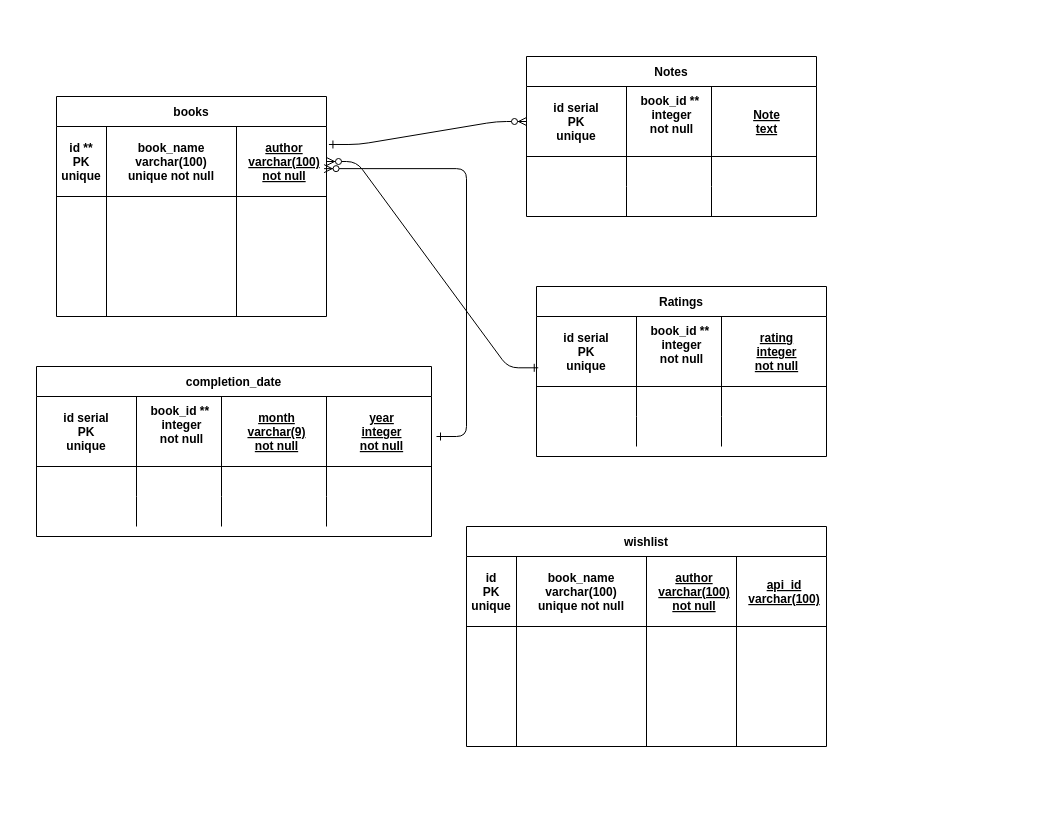
The draw.io diagram public/db diagram.drawio in Sleeper21/My-Book-Notes, before the edit. Source tidied: cells renumbered, new cells numbered last; positions are measured from the earlier drawing's top-left corner, leaving out a move shared by most shapes. Both pictures are drawn from the tidied source at 100%, with x=0, y=0 at pixel (36, 56).
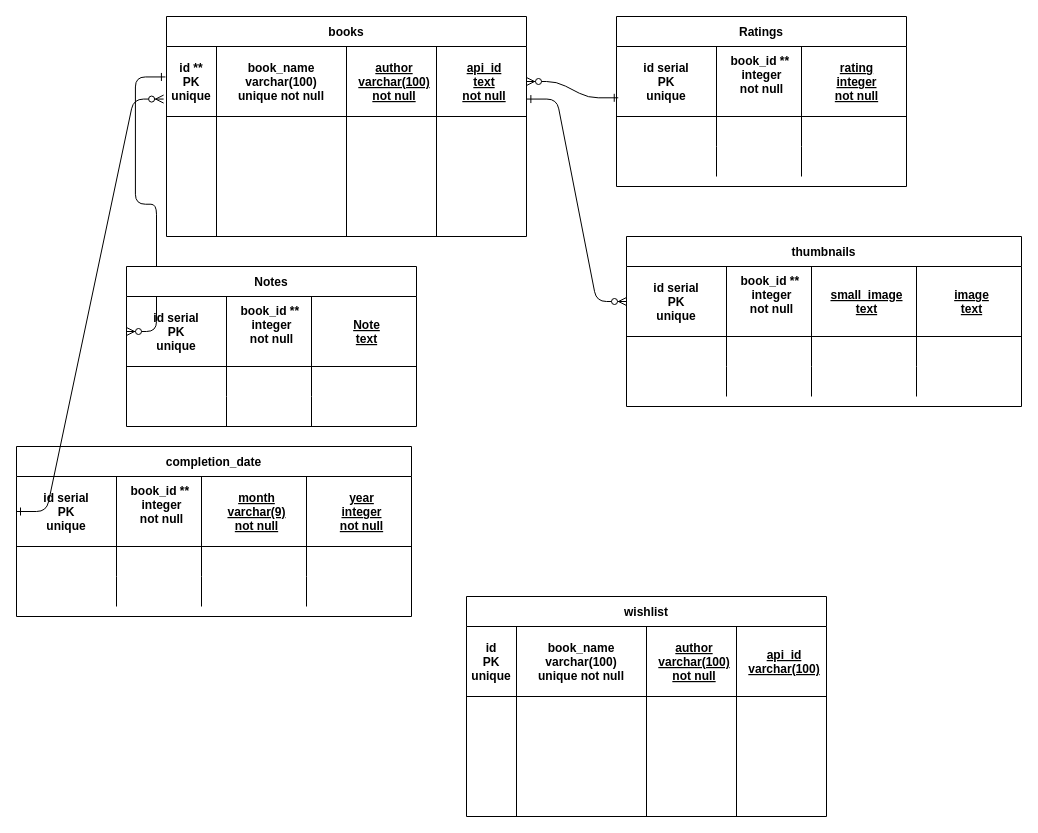
After the change.

Unchanged cells that the change refers to:
```xml
<mxCell id="27" style="shape=partialRectangle;fillColor=none;points=[[0,0.5],[1,0.5]];portConstraint=eastwest;top=0;left=0;right=0;bottom=1;" parent="26" vertex="1">
  <mxGeometry y="30" width="290" height="70" as="geometry" />
</mxCell>
<mxCell id="51" style="shape=partialRectangle;fillColor=none;points=[[0,0.5],[1,0.5]];portConstraint=eastwest;top=0;left=0;right=0;bottom=1;" parent="50" vertex="1">
  <mxGeometry y="30" width="395" height="70" as="geometry" />
</mxCell>
```

Diff of the diagram source:
```diff
@@
-    <mxCell id="2" style="edgeStyle=entityRelationEdgeStyle;endArrow=ERzeroToMany;startArrow=ERone;endFill=1;startFill=0;exitX=1.009;exitY=0.257;exitDx=0;exitDy=0;exitPerimeter=0;entryX=0;entryY=0.5;entryDx=0;entryDy=0;" parent="1" edge="1" source="17" target="27">
+    <mxCell id="2" style="edgeStyle=entityRelationEdgeStyle;endArrow=ERzeroToMany;startArrow=ERone;endFill=1;startFill=0;exitX=-0.003;exitY=0.435;exitDx=0;exitDy=0;exitPerimeter=0;entryX=0;entryY=0.5;entryDx=0;entryDy=0;" parent="1" edge="1" source="17" target="27">
       <mxGeometry relative="1" as="geometry">
         <Array as="points">
           <mxPoint x="420" y="240" />
           <mxPoint x="470" y="230" />
         </Array>
       </mxGeometry>
     </mxCell>
     <mxCell id="3" value="Ratings" style="shape=table;startSize=30;childLayout=tableLayout;rowLines=0;fontStyle=1;align=center;" parent="1" vertex="1">
-      <mxGeometry x="500" y="230" width="290" height="170" as="geometry" />
+      <mxGeometry x="580" y="-40" width="290" height="170" as="geometry" />
     </mxCell>
@@
     <mxCell id="16" value="books" style="shape=table;startSize=30;childLayout=tableLayout;rowLines=0;fontStyle=1;align=center;" parent="1" vertex="1">
-      <mxGeometry x="20" y="40" width="270" height="220" as="geometry" />
+      <mxGeometry x="130" y="-40" width="360" height="220" as="geometry" />
     </mxCell>
     <mxCell id="17" style="shape=partialRectangle;fillColor=none;points=[[0,0.5],[1,0.5]];portConstraint=eastwest;top=0;left=0;right=0;bottom=1;" parent="16" vertex="1">
-      <mxGeometry y="30" width="270" height="70" as="geometry" />
+      <mxGeometry y="30" width="360" height="70" as="geometry" />
     </mxCell>
@@
+    <mxCell id="67" value="api_id&#10;text&#10;not null" style="shape=partialRectangle;overflow=hidden;fillColor=none;top=0;left=0;bottom=0;right=0;align=center;spacingLeft=6;fontStyle=5;" parent="17" vertex="1">
+      <mxGeometry x="270" width="90" height="70" as="geometry" />
+    </mxCell>
     <mxCell id="21" style="shape=partialRectangle;fillColor=none;top=0;left=0;right=0;bottom=0;" parent="16" vertex="1">
-      <mxGeometry y="100" width="270" height="120" as="geometry" />
+      <mxGeometry y="100" width="360" height="120" as="geometry" />
     </mxCell>
@@
+    <mxCell id="68" style="shape=partialRectangle;overflow=hidden;fillColor=none;top=0;left=0;bottom=0;right=0;align=left;spacingLeft=6;" parent="21" vertex="1">
+      <mxGeometry x="270" width="90" height="120" as="geometry" />
+    </mxCell>
@@
     <mxCell id="26" value="Notes" style="shape=table;startSize=30;childLayout=tableLayout;rowLines=0;fontStyle=1;align=center;" parent="1" vertex="1">
-      <mxGeometry x="490" width="290" height="160" as="geometry" />
+      <mxGeometry x="90" y="210" width="290" height="160" as="geometry" />
     </mxCell>
@@
     <mxCell id="39" value="wishlist" style="shape=table;startSize=30;childLayout=tableLayout;rowLines=0;fontStyle=1;align=center;" parent="1" vertex="1">
-      <mxGeometry x="430" y="470" width="360" height="220" as="geometry" />
+      <mxGeometry x="430" y="540" width="360" height="220" as="geometry" />
     </mxCell>
@@
     <mxCell id="50" value="completion_date" style="shape=table;startSize=30;childLayout=tableLayout;rowLines=0;fontStyle=1;align=center;" parent="1" vertex="1">
-      <mxGeometry y="310" width="395" height="170" as="geometry" />
+      <mxGeometry x="-20" y="390" width="395" height="170" as="geometry" />
     </mxCell>
@@
-    <mxCell id="66" style="edgeStyle=entityRelationEdgeStyle;endArrow=ERzeroToMany;startArrow=ERone;endFill=1;startFill=0;entryX=0.991;entryY=0.602;entryDx=0;entryDy=0;entryPerimeter=0;" parent="1" edge="1" target="17">
+    <mxCell id="66" style="edgeStyle=entityRelationEdgeStyle;endArrow=ERzeroToMany;startArrow=ERone;endFill=1;startFill=0;entryX=-0.008;entryY=0.751;entryDx=0;entryDy=0;entryPerimeter=0;exitX=0;exitY=0.5;exitDx=0;exitDy=0;" parent="1" edge="1" source="51" target="17">
       <mxGeometry relative="1" as="geometry">
-        <mxPoint x="400" y="380" as="sourcePoint" />
         <Array as="points">
           <mxPoint x="367" y="380" />
           <mxPoint x="460" y="362" />
           <mxPoint x="440" y="312" />
           <mxPoint x="409" y="120" />
         </Array>
       </mxGeometry>
     </mxCell>
+    <mxCell id="69" value="thumbnails" style="shape=table;startSize=30;childLayout=tableLayout;rowLines=0;fontStyle=1;align=center;" parent="1" vertex="1">
+      <mxGeometry x="590" y="180" width="395" height="170" as="geometry" />
+    </mxCell>
+    <mxCell id="70" style="shape=partialRectangle;fillColor=none;points=[[0,0.5],[1,0.5]];portConstraint=eastwest;top=0;left=0;right=0;bottom=1;" parent="69" vertex="1">
+      <mxGeometry y="30" width="395" height="70" as="geometry" />
+    </mxCell>
+    <mxCell id="71" value="id serial&#10;PK&#10;unique" style="shape=partialRectangle;overflow=hidden;fillColor=none;top=0;left=0;bottom=0;right=0;fontStyle=1;" parent="70" vertex="1">
+      <mxGeometry width="100" height="70" as="geometry" />
+    </mxCell>
+    <mxCell id="72" value="book_id ** &#10;integer&#10;not null&#10;" style="shape=partialRectangle;overflow=hidden;fillColor=none;top=0;left=0;bottom=0;right=0;align=center;spacingLeft=6;fontStyle=1;fontSize=12;" parent="70" vertex="1">
+      <mxGeometry x="100" width="85" height="70" as="geometry" />
+    </mxCell>
+    <mxCell id="73" value="small_image&#10;text" style="shape=partialRectangle;overflow=hidden;fillColor=none;top=0;left=0;bottom=0;right=0;align=center;spacingLeft=6;fontStyle=5;" parent="70" vertex="1">
+      <mxGeometry x="185" width="105" height="70" as="geometry" />
+    </mxCell>
+    <mxCell id="74" value="image&#10;text" style="shape=partialRectangle;overflow=hidden;fillColor=none;top=0;left=0;bottom=0;right=0;align=center;spacingLeft=6;fontStyle=5;" parent="70" vertex="1">
+      <mxGeometry x="290" width="105" height="70" as="geometry" />
+    </mxCell>
+    <mxCell id="75" style="shape=partialRectangle;fillColor=none;top=0;left=0;right=0;bottom=0;" parent="69" vertex="1">
+      <mxGeometry y="100" width="395" height="30" as="geometry" />
+    </mxCell>
+    <mxCell id="76" style="shape=partialRectangle;overflow=hidden;fillColor=none;top=0;left=0;bottom=0;right=0;" parent="75" vertex="1">
+      <mxGeometry width="100" height="30" as="geometry" />
+    </mxCell>
+    <mxCell id="77" style="shape=partialRectangle;overflow=hidden;fillColor=none;top=0;left=0;bottom=0;right=0;align=left;spacingLeft=6;" parent="75" vertex="1">
+      <mxGeometry x="100" width="85" height="30" as="geometry" />
+    </mxCell>
+    <mxCell id="78" style="shape=partialRectangle;overflow=hidden;fillColor=none;top=0;left=0;bottom=0;right=0;align=left;spacingLeft=6;" parent="75" vertex="1">
+      <mxGeometry x="185" width="105" height="30" as="geometry" />
+    </mxCell>
+    <mxCell id="79" style="shape=partialRectangle;overflow=hidden;fillColor=none;top=0;left=0;bottom=0;right=0;align=left;spacingLeft=6;" parent="75" vertex="1">
+      <mxGeometry x="290" width="105" height="30" as="geometry" />
+    </mxCell>
+    <mxCell id="80" style="shape=partialRectangle;fillColor=none;top=0;left=0;right=0;bottom=0;" parent="69" vertex="1">
+      <mxGeometry y="130" width="395" height="30" as="geometry" />
+    </mxCell>
+    <mxCell id="81" style="shape=partialRectangle;overflow=hidden;fillColor=none;top=0;left=0;bottom=0;right=0;" parent="80" vertex="1">
+      <mxGeometry width="100" height="30" as="geometry" />
+    </mxCell>
+    <mxCell id="82" style="shape=partialRectangle;overflow=hidden;fillColor=none;top=0;left=0;bottom=0;right=0;align=left;spacingLeft=6;" parent="80" vertex="1">
+      <mxGeometry x="100" width="85" height="30" as="geometry" />
+    </mxCell>
+    <mxCell id="83" style="shape=partialRectangle;overflow=hidden;fillColor=none;top=0;left=0;bottom=0;right=0;align=left;spacingLeft=6;" parent="80" vertex="1">
+      <mxGeometry x="185" width="105" height="30" as="geometry" />
+    </mxCell>
+    <mxCell id="84" style="shape=partialRectangle;overflow=hidden;fillColor=none;top=0;left=0;bottom=0;right=0;align=left;spacingLeft=6;" parent="80" vertex="1">
+      <mxGeometry x="290" width="105" height="30" as="geometry" />
+    </mxCell>
+    <mxCell id="85" style="edgeStyle=entityRelationEdgeStyle;endArrow=ERzeroToMany;startArrow=ERone;endFill=1;startFill=0;exitX=1.001;exitY=0.751;exitDx=0;exitDy=0;exitPerimeter=0;" parent="1" edge="1" source="17" target="70">
+      <mxGeometry relative="1" as="geometry">
+        <Array as="points">
+          <mxPoint x="490" y="265" />
+          <mxPoint x="460" y="110" />
+        </Array>
+      </mxGeometry>
+    </mxCell>
```
